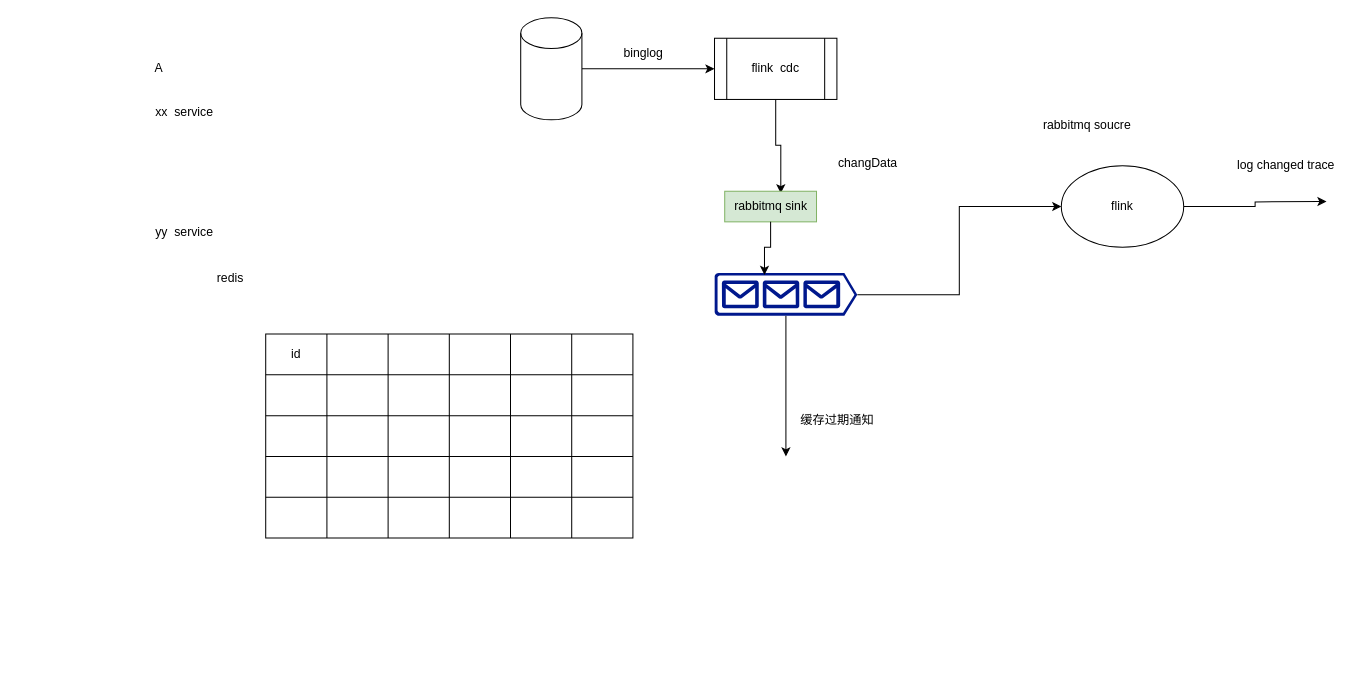
This is page "缓存同步" (11 of 11) of xctp.drawio from devfox88/draw-house, a draw.io file, before an edit. Source tidied: cells renumbered, new cells numbered last; positions are measured from the earlier drawing's top-left corner, leaving out a move shared by most shapes. Both pictures are drawn from the tidied source at 102%, with x=0, y=0 at pixel (143, 17).
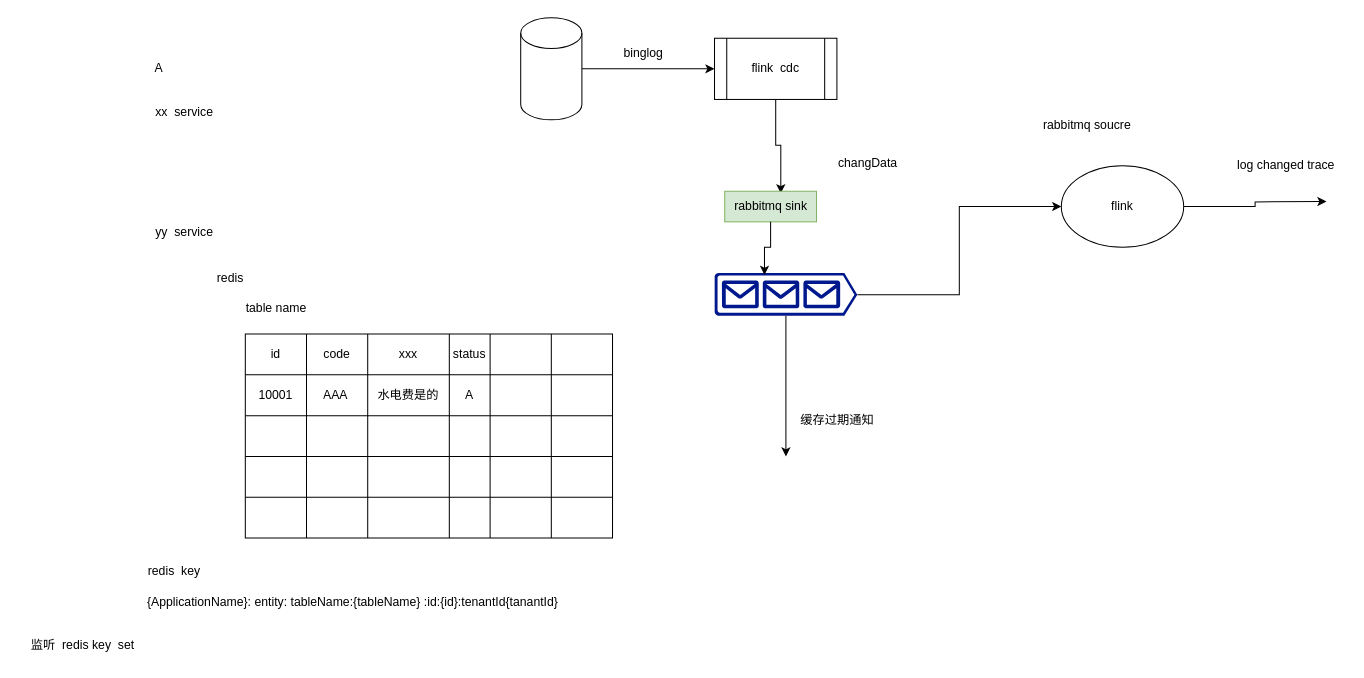
The same page after the edit.

Unchanged cells that the change refers to:
```xml
<mxCell id="17" style="shape=tableRow;horizontal=0;startSize=0;swimlaneHead=0;swimlaneBody=0;strokeColor=inherit;top=0;left=0;bottom=0;right=0;fillColor=none;" parent="16" vertex="1">
  <mxGeometry width="360" height="40" as="geometry" />
</mxCell>
<mxCell id="24" style="shape=tableRow;horizontal=0;startSize=0;swimlaneHead=0;swimlaneBody=0;strokeColor=inherit;top=0;left=0;bottom=0;right=0;fillColor=none;" parent="16" vertex="1">
  <mxGeometry y="40" width="360" height="40" as="geometry" />
</mxCell>
<mxCell id="31" style="shape=tableRow;horizontal=0;startSize=0;swimlaneHead=0;swimlaneBody=0;strokeColor=inherit;top=0;left=0;bottom=0;right=0;fillColor=none;" parent="16" vertex="1">
  <mxGeometry y="80" width="360" height="40" as="geometry" />
</mxCell>
<mxCell id="38" style="shape=tableRow;horizontal=0;startSize=0;swimlaneHead=0;swimlaneBody=0;strokeColor=inherit;top=0;left=0;bottom=0;right=0;fillColor=none;" parent="16" vertex="1">
  <mxGeometry y="120" width="360" height="40" as="geometry" />
</mxCell>
<mxCell id="45" style="shape=tableRow;horizontal=0;startSize=0;swimlaneHead=0;swimlaneBody=0;strokeColor=inherit;top=0;left=0;bottom=0;right=0;fillColor=none;" parent="16" vertex="1">
  <mxGeometry y="160" width="360" height="40" as="geometry" />
</mxCell>
```

What changed in the source:
```diff
@@
     <mxCell id="16" style="shape=table;startSize=0;childLayout=tableLayout;" parent="1" vertex="1">
-      <mxGeometry x="120" y="310" width="360" height="200" as="geometry" />
+      <mxGeometry x="100" y="310" width="360" height="200" as="geometry" />
     </mxCell>
@@
-    <mxCell id="19" style="shape=partialRectangle;html=1;whiteSpace=wrap;strokeColor=inherit;overflow=hidden;fillColor=none;top=0;left=0;bottom=0;right=0;" parent="17" vertex="1">
+    <mxCell id="19" value="code" style="shape=partialRectangle;html=1;whiteSpace=wrap;strokeColor=inherit;overflow=hidden;fillColor=none;top=0;left=0;bottom=0;right=0;" parent="17" vertex="1">
       <mxGeometry x="60" width="60" height="40" as="geometry" />
     </mxCell>
-    <mxCell id="20" style="shape=partialRectangle;html=1;whiteSpace=wrap;strokeColor=inherit;overflow=hidden;fillColor=none;top=0;left=0;bottom=0;right=0;" parent="17" vertex="1">
-      <mxGeometry x="120" width="60" height="40" as="geometry" />
+    <mxCell id="20" value="xxx" style="shape=partialRectangle;html=1;whiteSpace=wrap;strokeColor=inherit;overflow=hidden;fillColor=none;top=0;left=0;bottom=0;right=0;" parent="17" vertex="1">
+      <mxGeometry x="120" width="80" height="40" as="geometry" />
     </mxCell>
-    <mxCell id="21" style="shape=partialRectangle;html=1;whiteSpace=wrap;strokeColor=inherit;overflow=hidden;fillColor=none;top=0;left=0;bottom=0;right=0;" parent="17" vertex="1">
-      <mxGeometry x="180" width="60" height="40" as="geometry" />
+    <mxCell id="21" value="status" style="shape=partialRectangle;html=1;whiteSpace=wrap;strokeColor=inherit;overflow=hidden;fillColor=none;top=0;left=0;bottom=0;right=0;" parent="17" vertex="1">
+      <mxGeometry x="200" width="40" height="40" as="geometry" />
     </mxCell>
@@
-    <mxCell id="25" style="shape=partialRectangle;html=1;whiteSpace=wrap;strokeColor=inherit;overflow=hidden;fillColor=none;top=0;left=0;bottom=0;right=0;" parent="24" vertex="1">
+    <mxCell id="25" value="10001" style="shape=partialRectangle;html=1;whiteSpace=wrap;strokeColor=inherit;overflow=hidden;fillColor=none;top=0;left=0;bottom=0;right=0;" parent="24" vertex="1">
       <mxGeometry width="60" height="40" as="geometry" />
     </mxCell>
-    <mxCell id="26" style="shape=partialRectangle;html=1;whiteSpace=wrap;strokeColor=inherit;overflow=hidden;fillColor=none;top=0;left=0;bottom=0;right=0;" parent="24" vertex="1">
+    <mxCell id="26" value="AAA&lt;span style=&quot;white-space: pre;&quot;&gt;&#9;&lt;/span&gt;" style="shape=partialRectangle;html=1;whiteSpace=wrap;strokeColor=inherit;overflow=hidden;fillColor=none;top=0;left=0;bottom=0;right=0;" parent="24" vertex="1">
       <mxGeometry x="60" width="60" height="40" as="geometry" />
     </mxCell>
-    <mxCell id="27" style="shape=partialRectangle;html=1;whiteSpace=wrap;strokeColor=inherit;overflow=hidden;fillColor=none;top=0;left=0;bottom=0;right=0;" parent="24" vertex="1">
-      <mxGeometry x="120" width="60" height="40" as="geometry" />
+    <mxCell id="27" value="水电费是的" style="shape=partialRectangle;html=1;whiteSpace=wrap;strokeColor=inherit;overflow=hidden;fillColor=none;top=0;left=0;bottom=0;right=0;" parent="24" vertex="1">
+      <mxGeometry x="120" width="80" height="40" as="geometry" />
     </mxCell>
-    <mxCell id="28" style="shape=partialRectangle;html=1;whiteSpace=wrap;strokeColor=inherit;overflow=hidden;fillColor=none;top=0;left=0;bottom=0;right=0;" parent="24" vertex="1">
-      <mxGeometry x="180" width="60" height="40" as="geometry" />
+    <mxCell id="28" value="A" style="shape=partialRectangle;html=1;whiteSpace=wrap;strokeColor=inherit;overflow=hidden;fillColor=none;top=0;left=0;bottom=0;right=0;" parent="24" vertex="1">
+      <mxGeometry x="200" width="40" height="40" as="geometry" />
     </mxCell>
@@
     <mxCell id="34" style="shape=partialRectangle;html=1;whiteSpace=wrap;strokeColor=inherit;overflow=hidden;fillColor=none;top=0;left=0;bottom=0;right=0;" parent="31" vertex="1">
-      <mxGeometry x="120" width="60" height="40" as="geometry" />
+      <mxGeometry x="120" width="80" height="40" as="geometry" />
     </mxCell>
     <mxCell id="35" style="shape=partialRectangle;html=1;whiteSpace=wrap;strokeColor=inherit;overflow=hidden;fillColor=none;top=0;left=0;bottom=0;right=0;" parent="31" vertex="1">
-      <mxGeometry x="180" width="60" height="40" as="geometry" />
+      <mxGeometry x="200" width="40" height="40" as="geometry" />
     </mxCell>
@@
     <mxCell id="41" style="shape=partialRectangle;html=1;whiteSpace=wrap;strokeColor=inherit;overflow=hidden;fillColor=none;top=0;left=0;bottom=0;right=0;" parent="38" vertex="1">
-      <mxGeometry x="120" width="60" height="40" as="geometry" />
+      <mxGeometry x="120" width="80" height="40" as="geometry" />
     </mxCell>
     <mxCell id="42" style="shape=partialRectangle;html=1;whiteSpace=wrap;strokeColor=inherit;overflow=hidden;fillColor=none;top=0;left=0;bottom=0;right=0;" parent="38" vertex="1">
-      <mxGeometry x="180" width="60" height="40" as="geometry" />
+      <mxGeometry x="200" width="40" height="40" as="geometry" />
     </mxCell>
@@
     <mxCell id="48" style="shape=partialRectangle;html=1;whiteSpace=wrap;strokeColor=inherit;overflow=hidden;fillColor=none;top=0;left=0;bottom=0;right=0;" parent="45" vertex="1">
-      <mxGeometry x="120" width="60" height="40" as="geometry" />
+      <mxGeometry x="120" width="80" height="40" as="geometry" />
     </mxCell>
     <mxCell id="49" style="shape=partialRectangle;html=1;whiteSpace=wrap;strokeColor=inherit;overflow=hidden;fillColor=none;top=0;left=0;bottom=0;right=0;" parent="45" vertex="1">
-      <mxGeometry x="180" width="60" height="40" as="geometry" />
+      <mxGeometry x="200" width="40" height="40" as="geometry" />
     </mxCell>
@@
+    <mxCell id="58" value="table name" style="text;html=1;align=center;verticalAlign=middle;strokeColor=none;fillColor=none;" parent="1" vertex="1">
+      <mxGeometry x="90" y="270" width="80" height="30" as="geometry" />
+    </mxCell>
+    <mxCell id="59" value="redis&amp;nbsp; key" style="text;html=1;align=center;verticalAlign=middle;strokeColor=none;fillColor=none;" parent="1" vertex="1">
+      <mxGeometry x="-5" y="528" width="70" height="30" as="geometry" />
+    </mxCell>
+    <mxCell id="60" value="{ApplicationName}: entity: tableName:{tableName} :id:{id}:tenantId{tanantId}" style="text;html=1;align=center;verticalAlign=middle;strokeColor=none;fillColor=none;" parent="1" vertex="1">
+      <mxGeometry x="-10" y="558" width="430" height="30" as="geometry" />
+    </mxCell>
+    <mxCell id="61" value="监听&amp;nbsp; redis key&amp;nbsp; set&amp;nbsp;" style="text;html=1;align=center;verticalAlign=middle;strokeColor=none;fillColor=none;" parent="1" vertex="1">
+      <mxGeometry x="-123" y="600" width="130" height="30" as="geometry" />
+    </mxCell>
```
